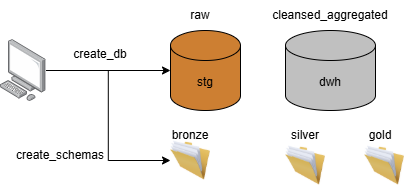
Rofhiwa-Muthivhi/olist_dwh_solution keeps this draw.io diagram as 02_documentation/ssis_flow.png. Above is the earlier version. Source tidied: cells renumbered, new cells last; positions are measured from the earlier drawing's top-left corner, leaving out a move shared by most shapes.
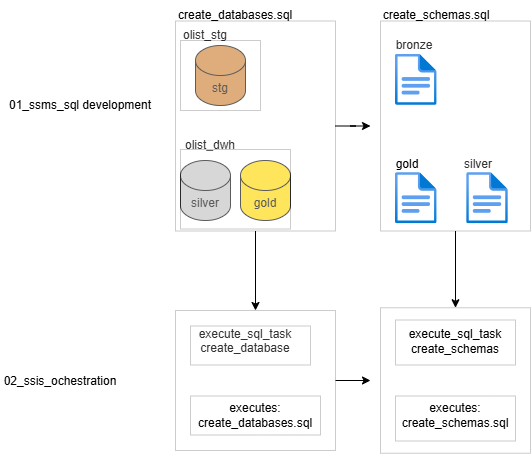
After the commit.

Commit message:
Refine ssis worflow diagram to clarify sql development and ochestration.

Change to the diagram source:
```diff
@@ -3,49 +3,107 @@
     <mxCell id="0" />
     <mxCell id="1" parent="0" />
     <mxCell id="2" value="stg" style="shape=cylinder3;whiteSpace=wrap;html=1;boundedLbl=1;backgroundOutline=1;size=15;fillColor=#CD7F32;" parent="1" vertex="1">
-      <mxGeometry x="170" y="30" width="70" height="80" as="geometry" />
+      <mxGeometry x="135" y="35" width="50" height="60" as="geometry" />
     </mxCell>
-    <mxCell id="3" value="dwh" style="shape=cylinder3;whiteSpace=wrap;html=1;boundedLbl=1;backgroundOutline=1;size=15;fillColor=#C0C0C0;" parent="1" vertex="1">
-      <mxGeometry x="285" y="30" width="90" height="80" as="geometry" />
+    <mxCell id="3" value="silver" style="shape=cylinder3;whiteSpace=wrap;html=1;boundedLbl=1;backgroundOutline=1;size=15;fillColor=#C0C0C0;" parent="1" vertex="1">
+      <mxGeometry x="120" y="150" width="50" height="60" as="geometry" />
     </mxCell>
-    <mxCell id="4" style="edgeStyle=orthogonalEdgeStyle;rounded=0;jettySize=auto;html=1;entryX=0;entryY=0.5;entryDx=0;entryDy=0;defaultLabelBackgroundColor=page;" parent="1" edge="1" source="5" target="10">
-      <mxGeometry relative="1" as="geometry" />
-    </mxCell>
-    <mxCell id="5" style="image;html=1;align=center;shadow=0;dashed=0;image=img/lib/allied_telesis/computer_and_terminals/Personal_Computer.svg;points=[[0.5,0.102,0],[0.5,0.932,0],[0.172,0.5,0],[0.997,0.576,0],[0.993,0.323,0],[0.993,0.832,0],[0,0.782,0],[0.173,0.033,0]];labelPerimeter=1;" parent="1" vertex="1">
-      <mxGeometry y="39.1" width="45.6" height="61.8" as="geometry" />
-    </mxCell>
-    <mxCell id="6" style="edgeStyle=orthogonalEdgeStyle;rounded=0;jettySize=auto;html=1;entryX=0;entryY=0.5;entryDx=0;entryDy=0;entryPerimeter=0;defaultLabelBackgroundColor=page;" parent="1" edge="1" source="5" target="2">
-      <mxGeometry relative="1" as="geometry" />
-    </mxCell>
-    <mxCell id="7" value="create_db" style="text;html=1;whiteSpace=wrap;strokeColor=none;fillColor=none;align=center;verticalAlign=middle;rounded=0;" parent="1" vertex="1">
-      <mxGeometry x="70" y="39.1" width="60" height="30" as="geometry" />
-    </mxCell>
-    <mxCell id="8" style="image;html=1;image=img/lib/clip_art/general/Full_Folder_128x128.png;labelPerimeter=1;" parent="1" vertex="1">
-      <mxGeometry x="364" y="145" width="40" height="40" as="geometry" />
-    </mxCell>
-    <mxCell id="9" style="image;html=1;image=img/lib/clip_art/general/Full_Folder_128x128.png;labelPerimeter=1;" parent="1" vertex="1">
-      <mxGeometry x="285" y="140" width="40" height="50" as="geometry" />
-    </mxCell>
-    <mxCell id="10" style="image;html=1;image=img/lib/clip_art/general/Full_Folder_128x128.png;labelPerimeter=1;" parent="1" vertex="1">
-      <mxGeometry x="170" y="135" width="40" height="50" as="geometry" />
-    </mxCell>
-    <mxCell id="11" value="raw" style="text;html=1;whiteSpace=wrap;strokeColor=none;fillColor=none;align=center;verticalAlign=middle;rounded=0;" parent="1" vertex="1">
-      <mxGeometry x="170" width="60" height="30" as="geometry" />
+    <mxCell id="11" value="olist_stg" style="text;html=1;whiteSpace=wrap;strokeColor=none;fillColor=none;align=center;verticalAlign=middle;rounded=0;" parent="1" vertex="1">
+      <mxGeometry x="115" y="10" width="60" height="30" as="geometry" />
     </mxCell>
-    <mxCell id="12" value="cleansed_aggregated" style="text;html=1;whiteSpace=wrap;strokeColor=none;fillColor=none;align=center;verticalAlign=middle;rounded=0;" parent="1" vertex="1">
-      <mxGeometry x="300" width="60" height="30" as="geometry" />
-    </mxCell>
-    <mxCell id="13" value="create_schemas" style="text;html=1;whiteSpace=wrap;strokeColor=none;fillColor=none;align=center;verticalAlign=middle;rounded=0;" parent="1" vertex="1">
-      <mxGeometry x="30" y="140" width="60" height="30" as="geometry" />
-    </mxCell>
     <mxCell id="14" value="bronze" style="text;html=1;whiteSpace=wrap;strokeColor=none;fillColor=none;align=center;verticalAlign=middle;rounded=0;" parent="1" vertex="1">
-      <mxGeometry x="160" y="120" width="60" height="30" as="geometry" />
+      <mxGeometry x="324" y="20" width="60" height="30" as="geometry" />
     </mxCell>
     <mxCell id="15" value="silver" style="text;html=1;whiteSpace=wrap;strokeColor=none;fillColor=none;align=center;verticalAlign=middle;rounded=0;" parent="1" vertex="1">
-      <mxGeometry x="275" y="120" width="60" height="30" as="geometry" />
+      <mxGeometry x="387.8" y="139" width="60" height="30" as="geometry" />
     </mxCell>
+    <mxCell id="17" value="gold" style="shape=cylinder3;whiteSpace=wrap;html=1;boundedLbl=1;backgroundOutline=1;size=15;fillColor=#FFD700;" parent="1" vertex="1">
+      <mxGeometry x="180" y="150" width="50" height="60" as="geometry" />
+    </mxCell>
+    <mxCell id="18" value="olist_dwh" style="text;html=1;whiteSpace=wrap;strokeColor=none;fillColor=none;align=center;verticalAlign=middle;rounded=0;" parent="1" vertex="1">
+      <mxGeometry x="120" y="120" width="60" height="30" as="geometry" />
+    </mxCell>
+    <mxCell id="19" value="01_ssms_sql development" style="text;html=1;whiteSpace=wrap;strokeColor=none;fillColor=none;align=center;verticalAlign=middle;rounded=0;" parent="1" vertex="1">
+      <mxGeometry x="-60" y="80" width="160" height="30" as="geometry" />
+    </mxCell>
+    <mxCell id="20" value="create_databases.sql" style="text;html=1;whiteSpace=wrap;strokeColor=none;fillColor=none;align=center;verticalAlign=middle;rounded=0;" parent="1" vertex="1">
+      <mxGeometry x="145" y="-10" width="60" height="30" as="geometry" />
+    </mxCell>
+    <mxCell id="21" value="create_schemas.sql" style="text;html=1;whiteSpace=wrap;strokeColor=none;fillColor=none;align=center;verticalAlign=middle;rounded=0;" parent="1" vertex="1">
+      <mxGeometry x="346.2" y="-10" width="60" height="30" as="geometry" />
+    </mxCell>
+    <mxCell id="22" style="edgeStyle=orthogonalEdgeStyle;rounded=0;jettySize=auto;html=1;entryX=0.5;entryY=0;entryDx=0;entryDy=0;defaultLabelBackgroundColor=page;" parent="1" edge="1" source="24" target="32">
+      <mxGeometry relative="1" as="geometry" />
+    </mxCell>
+    <mxCell id="23" style="edgeStyle=orthogonalEdgeStyle;rounded=0;jettySize=auto;html=1;defaultLabelBackgroundColor=page;" parent="1" edge="1" source="24">
+      <mxGeometry relative="1" as="geometry">
+        <mxPoint x="310" y="115.5" as="targetPoint" />
+      </mxGeometry>
+    </mxCell>
+    <mxCell id="24" style="rounded=0;whiteSpace=wrap;html=1;opacity=20;opacityGroup=1;" parent="1" vertex="1">
+      <mxGeometry x="115" y="10.5" width="160" height="210" as="geometry" />
+    </mxCell>
+    <mxCell id="25" style="rounded=0;whiteSpace=wrap;html=1;opacity=20;opacityGroup=1;" parent="1" vertex="1">
+      <mxGeometry x="120" y="139" width="110" height="79.5" as="geometry" />
+    </mxCell>
+    <mxCell id="26" style="rounded=0;whiteSpace=wrap;html=1;opacity=20;opacityGroup=1;" parent="1" vertex="1">
+      <mxGeometry x="120" y="30" width="80" height="70" as="geometry" />
+    </mxCell>
+    <mxCell id="27" style="edgeStyle=orthogonalEdgeStyle;rounded=0;jettySize=auto;html=1;entryX=0.5;entryY=0;entryDx=0;entryDy=0;defaultLabelBackgroundColor=page;" parent="1" edge="1" source="28" target="37">
+      <mxGeometry relative="1" as="geometry" />
+    </mxCell>
+    <mxCell id="28" style="rounded=0;whiteSpace=wrap;html=1;opacity=20;opacityGroup=1;" parent="1" vertex="1">
+      <mxGeometry x="320" y="10.5" width="150" height="210" as="geometry" />
+    </mxCell>
+    <mxCell id="29" style="image;html=1;align=center;fontSize=12;image=img/lib/azure2/general/File.svg;labelPerimeter=1;" parent="1" vertex="1">
+      <mxGeometry x="335" y="162" width="41.6" height="51.3" as="geometry" />
+    </mxCell>
     <mxCell id="16" value="gold" style="text;html=1;whiteSpace=wrap;strokeColor=none;fillColor=none;align=center;verticalAlign=middle;rounded=0;" parent="1" vertex="1">
-      <mxGeometry x="350" y="120" width="60" height="30" as="geometry" />
+      <mxGeometry x="316.6" y="139" width="60" height="30" as="geometry" />
     </mxCell>
+    <mxCell id="30" value="02_ssis_ochestration" style="text;html=1;whiteSpace=wrap;strokeColor=none;fillColor=none;align=center;verticalAlign=middle;rounded=0;" parent="1" vertex="1">
+      <mxGeometry x="-30" y="355.5" width="60" height="30" as="geometry" />
+    </mxCell>
+    <mxCell id="31" style="edgeStyle=orthogonalEdgeStyle;rounded=0;jettySize=auto;html=1;defaultLabelBackgroundColor=page;" parent="1" edge="1" source="32">
+      <mxGeometry relative="1" as="geometry">
+        <mxPoint x="310" y="370" as="targetPoint" />
+      </mxGeometry>
+    </mxCell>
+    <mxCell id="32" style="rounded=0;whiteSpace=wrap;html=1;opacity=20;opacityGroup=1;" parent="1" vertex="1">
+      <mxGeometry x="115" y="300" width="160" height="140" as="geometry" />
+    </mxCell>
+    <mxCell id="33" value="execute_sql_task&lt;div&gt;create_database&lt;/div&gt;&lt;div&gt;&lt;br&gt;&lt;/div&gt;&lt;div&gt;&lt;br&gt;&lt;/div&gt;" style="text;html=1;whiteSpace=wrap;strokeColor=none;fillColor=none;align=center;verticalAlign=middle;rounded=0;" parent="1" vertex="1">
+      <mxGeometry x="140" y="330" width="90" height="30" as="geometry" />
+    </mxCell>
+    <mxCell id="34" style="rounded=0;whiteSpace=wrap;html=1;opacity=20;opacityGroup=1;" parent="1" vertex="1">
+      <mxGeometry x="130" y="315.5" width="120" height="39" as="geometry" />
+    </mxCell>
+    <mxCell id="35" style="rounded=0;whiteSpace=wrap;html=1;opacity=20;opacityGroup=1;" parent="1" vertex="1">
+      <mxGeometry x="130" y="385.5" width="130" height="39" as="geometry" />
+    </mxCell>
+    <mxCell id="36" value="executes:&lt;div&gt;create_databases.sql&lt;/div&gt;" style="text;html=1;whiteSpace=wrap;strokeColor=none;fillColor=none;align=center;verticalAlign=middle;rounded=0;" parent="1" vertex="1">
+      <mxGeometry x="165" y="390" width="60" height="30" as="geometry" />
+    </mxCell>
+    <mxCell id="37" style="rounded=0;whiteSpace=wrap;html=1;opacity=20;opacityGroup=1;" parent="1" vertex="1">
+      <mxGeometry x="320" y="297.2" width="150" height="145.5" as="geometry" />
+    </mxCell>
+    <mxCell id="38" style="rounded=0;whiteSpace=wrap;html=1;opacity=20;opacityGroup=1;" parent="1" vertex="1">
+      <mxGeometry x="335" y="309.5" width="120" height="45" as="geometry" />
+    </mxCell>
+    <mxCell id="39" style="rounded=0;whiteSpace=wrap;html=1;opacity=20;opacityGroup=1;" parent="1" vertex="1">
+      <mxGeometry x="335" y="385.5" width="120" height="45" as="geometry" />
+    </mxCell>
+    <mxCell id="40" value="execute_sql_task&lt;div&gt;create_schemas&lt;/div&gt;" style="text;html=1;whiteSpace=wrap;strokeColor=none;fillColor=none;align=center;verticalAlign=middle;rounded=0;" parent="1" vertex="1">
+      <mxGeometry x="365" y="315.5" width="60" height="30" as="geometry" />
+    </mxCell>
+    <mxCell id="41" value="executes:&lt;div&gt;create_schemas.sql&lt;/div&gt;" style="text;html=1;whiteSpace=wrap;strokeColor=none;fillColor=none;align=center;verticalAlign=middle;rounded=0;" parent="1" vertex="1">
+      <mxGeometry x="365" y="390" width="60" height="30" as="geometry" />
+    </mxCell>
+    <mxCell id="42" style="image;html=1;align=center;fontSize=12;image=img/lib/azure2/general/File.svg;labelPerimeter=1;" parent="1" vertex="1">
+      <mxGeometry x="406.2" y="162" width="41.6" height="51.3" as="geometry" />
+    </mxCell>
+    <mxCell id="43" style="image;html=1;align=center;fontSize=12;image=img/lib/azure2/general/File.svg;labelPerimeter=1;" parent="1" vertex="1">
+      <mxGeometry x="335" y="43.7" width="41.6" height="51.3" as="geometry" />
+    </mxCell>
   </root>
 </mxGraphModel>
```
